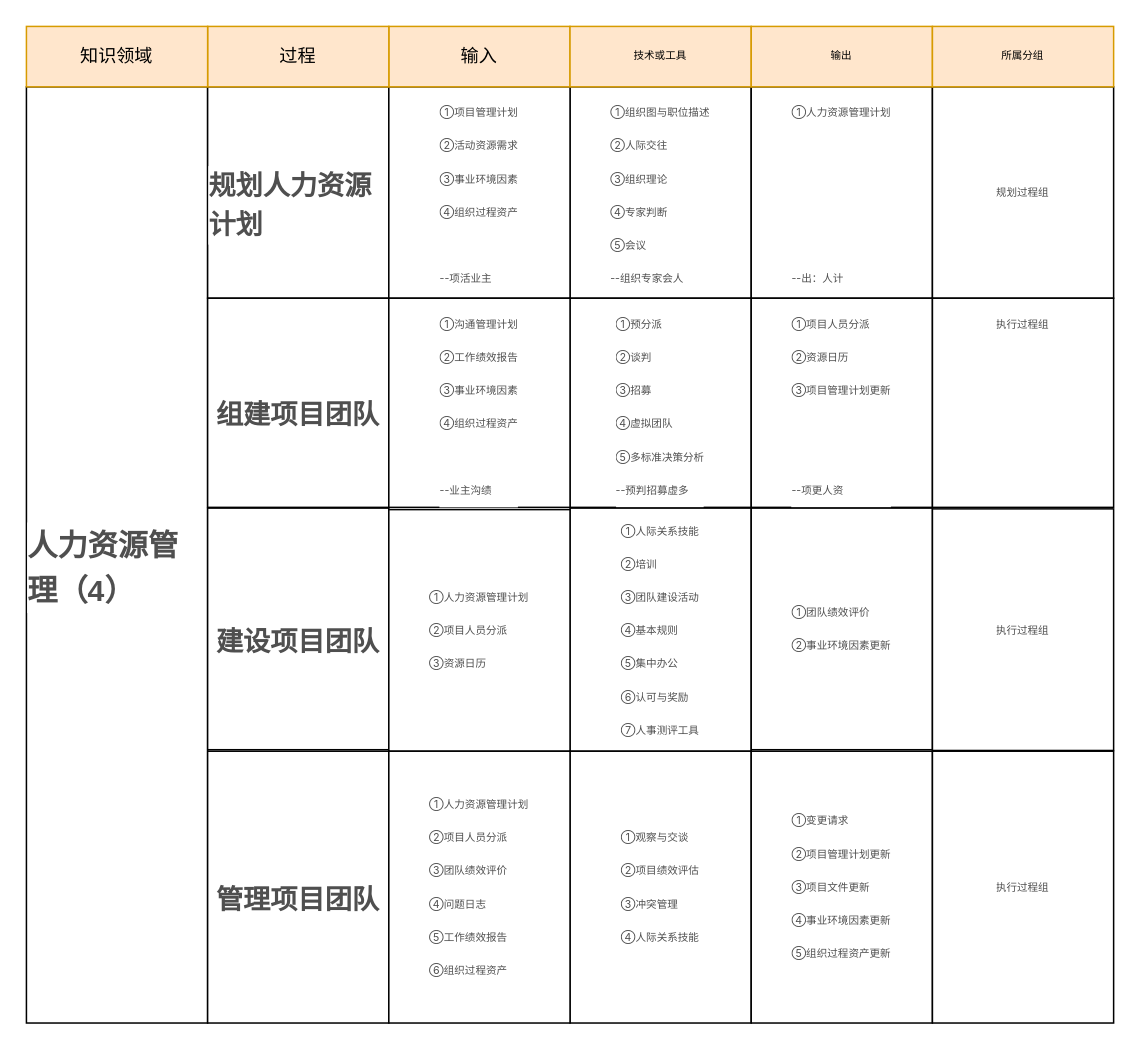
Above: 人力资源管理.drawio in pbm0802/GitIDEATest (draw.io), before the change. Source tidied: cells renumbered, new cells numbered last; positions are measured from the earlier drawing's top-left corner, leaving out a move shared by most shapes. Both pictures are drawn from the tidied source at 151%, with x=0, y=0 at pixel (26, 26).
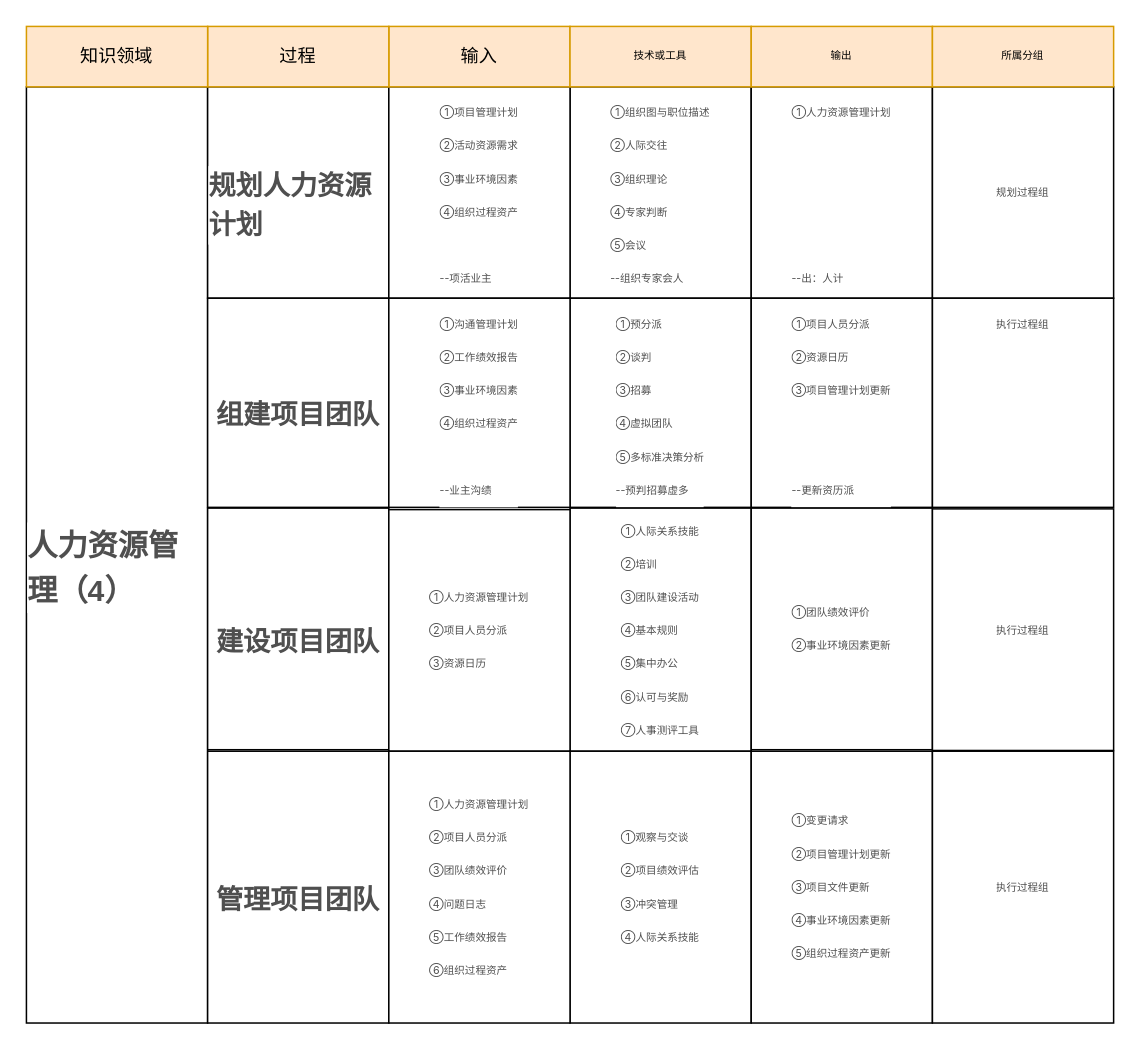
After the change.

Commit message:
更新人力资源管理.drawio

The edit, as a diff of the source:
```diff
@@
-    <mxCell id="11" value="&lt;p style=&quot;box-sizing: border-box; outline: 0px; margin: 0px; padding: 0px; font-size: 7px; color: rgb(79, 79, 79); overflow: auto hidden; line-height: 22px; overflow-wrap: break-word; text-align: left; font-family: -apple-system, &amp;quot;SF UI Text&amp;quot;, Arial, &amp;quot;PingFang SC&amp;quot;, &amp;quot;Hiragino Sans GB&amp;quot;, &amp;quot;Microsoft YaHei&amp;quot;, &amp;quot;WenQuanYi Micro Hei&amp;quot;, sans-serif, SimHei, SimSun; background-color: rgb(255, 255, 255);&quot;&gt;①项目人员分派&lt;/p&gt;&lt;p style=&quot;box-sizing: border-box; outline: 0px; margin: 0px; padding: 0px; font-size: 7px; color: rgb(79, 79, 79); overflow: auto hidden; line-height: 22px; overflow-wrap: break-word; text-align: left; font-family: -apple-system, &amp;quot;SF UI Text&amp;quot;, Arial, &amp;quot;PingFang SC&amp;quot;, &amp;quot;Hiragino Sans GB&amp;quot;, &amp;quot;Microsoft YaHei&amp;quot;, &amp;quot;WenQuanYi Micro Hei&amp;quot;, sans-serif, SimHei, SimSun; background-color: rgb(255, 255, 255);&quot;&gt;②资源日历&lt;/p&gt;&lt;p style=&quot;box-sizing: border-box; outline: 0px; margin: 0px; padding: 0px; font-size: 7px; color: rgb(79, 79, 79); overflow: auto hidden; line-height: 22px; overflow-wrap: break-word; text-align: left; font-family: -apple-system, &amp;quot;SF UI Text&amp;quot;, Arial, &amp;quot;PingFang SC&amp;quot;, &amp;quot;Hiragino Sans GB&amp;quot;, &amp;quot;Microsoft YaHei&amp;quot;, &amp;quot;WenQuanYi Micro Hei&amp;quot;, sans-serif, SimHei, SimSun; background-color: rgb(255, 255, 255);&quot;&gt;③项目管理计划更新&lt;/p&gt;&lt;p style=&quot;box-sizing: border-box; outline: 0px; margin: 0px; padding: 0px; font-size: 7px; color: rgb(79, 79, 79); overflow: auto hidden; line-height: 22px; overflow-wrap: break-word; text-align: left; font-family: -apple-system, &amp;quot;SF UI Text&amp;quot;, Arial, &amp;quot;PingFang SC&amp;quot;, &amp;quot;Hiragino Sans GB&amp;quot;, &amp;quot;Microsoft YaHei&amp;quot;, &amp;quot;WenQuanYi Micro Hei&amp;quot;, sans-serif, SimHei, SimSun; background-color: rgb(255, 255, 255);&quot;&gt;&lt;br&gt;&lt;/p&gt;&lt;p style=&quot;box-sizing: border-box; outline: 0px; margin: 0px; padding: 0px; font-size: 7px; color: rgb(79, 79, 79); overflow: auto hidden; line-height: 22px; overflow-wrap: break-word; text-align: left; font-family: -apple-system, &amp;quot;SF UI Text&amp;quot;, Arial, &amp;quot;PingFang SC&amp;quot;, &amp;quot;Hiragino Sans GB&amp;quot;, &amp;quot;Microsoft YaHei&amp;quot;, &amp;quot;WenQuanYi Micro Hei&amp;quot;, sans-serif, SimHei, SimSun; background-color: rgb(255, 255, 255);&quot;&gt;&lt;br&gt;&lt;/p&gt;&lt;p style=&quot;box-sizing: border-box; outline: 0px; margin: 0px; padding: 0px; font-size: 7px; color: rgb(79, 79, 79); overflow: auto hidden; line-height: 22px; overflow-wrap: break-word; text-align: left; font-family: -apple-system, &amp;quot;SF UI Text&amp;quot;, Arial, &amp;quot;PingFang SC&amp;quot;, &amp;quot;Hiragino Sans GB&amp;quot;, &amp;quot;Microsoft YaHei&amp;quot;, &amp;quot;WenQuanYi Micro Hei&amp;quot;, sans-serif, SimHei, SimSun; background-color: rgb(255, 255, 255);&quot;&gt;--项更人资&lt;/p&gt;" style="rounded=0;whiteSpace=wrap;html=1;fontSize=7;verticalAlign=top;" parent="1" vertex="1">
+    <mxCell id="11" value="&lt;p style=&quot;box-sizing: border-box; outline: 0px; margin: 0px; padding: 0px; font-size: 7px; color: rgb(79, 79, 79); overflow: auto hidden; line-height: 22px; overflow-wrap: break-word; text-align: left; font-family: -apple-system, &amp;quot;SF UI Text&amp;quot;, Arial, &amp;quot;PingFang SC&amp;quot;, &amp;quot;Hiragino Sans GB&amp;quot;, &amp;quot;Microsoft YaHei&amp;quot;, &amp;quot;WenQuanYi Micro Hei&amp;quot;, sans-serif, SimHei, SimSun; background-color: rgb(255, 255, 255);&quot;&gt;①项目人员分派&lt;/p&gt;&lt;p style=&quot;box-sizing: border-box; outline: 0px; margin: 0px; padding: 0px; font-size: 7px; color: rgb(79, 79, 79); overflow: auto hidden; line-height: 22px; overflow-wrap: break-word; text-align: left; font-family: -apple-system, &amp;quot;SF UI Text&amp;quot;, Arial, &amp;quot;PingFang SC&amp;quot;, &amp;quot;Hiragino Sans GB&amp;quot;, &amp;quot;Microsoft YaHei&amp;quot;, &amp;quot;WenQuanYi Micro Hei&amp;quot;, sans-serif, SimHei, SimSun; background-color: rgb(255, 255, 255);&quot;&gt;②资源日历&lt;/p&gt;&lt;p style=&quot;box-sizing: border-box; outline: 0px; margin: 0px; padding: 0px; font-size: 7px; color: rgb(79, 79, 79); overflow: auto hidden; line-height: 22px; overflow-wrap: break-word; text-align: left; font-family: -apple-system, &amp;quot;SF UI Text&amp;quot;, Arial, &amp;quot;PingFang SC&amp;quot;, &amp;quot;Hiragino Sans GB&amp;quot;, &amp;quot;Microsoft YaHei&amp;quot;, &amp;quot;WenQuanYi Micro Hei&amp;quot;, sans-serif, SimHei, SimSun; background-color: rgb(255, 255, 255);&quot;&gt;③项目管理计划更新&lt;/p&gt;&lt;p style=&quot;box-sizing: border-box; outline: 0px; margin: 0px; padding: 0px; font-size: 7px; color: rgb(79, 79, 79); overflow: auto hidden; line-height: 22px; overflow-wrap: break-word; text-align: left; font-family: -apple-system, &amp;quot;SF UI Text&amp;quot;, Arial, &amp;quot;PingFang SC&amp;quot;, &amp;quot;Hiragino Sans GB&amp;quot;, &amp;quot;Microsoft YaHei&amp;quot;, &amp;quot;WenQuanYi Micro Hei&amp;quot;, sans-serif, SimHei, SimSun; background-color: rgb(255, 255, 255);&quot;&gt;&lt;br&gt;&lt;/p&gt;&lt;p style=&quot;box-sizing: border-box; outline: 0px; margin: 0px; padding: 0px; font-size: 7px; color: rgb(79, 79, 79); overflow: auto hidden; line-height: 22px; overflow-wrap: break-word; text-align: left; font-family: -apple-system, &amp;quot;SF UI Text&amp;quot;, Arial, &amp;quot;PingFang SC&amp;quot;, &amp;quot;Hiragino Sans GB&amp;quot;, &amp;quot;Microsoft YaHei&amp;quot;, &amp;quot;WenQuanYi Micro Hei&amp;quot;, sans-serif, SimHei, SimSun; background-color: rgb(255, 255, 255);&quot;&gt;&lt;br&gt;&lt;/p&gt;&lt;p style=&quot;box-sizing: border-box; outline: 0px; margin: 0px; padding: 0px; font-size: 7px; color: rgb(79, 79, 79); overflow: auto hidden; line-height: 22px; overflow-wrap: break-word; text-align: left; font-family: -apple-system, &amp;quot;SF UI Text&amp;quot;, Arial, &amp;quot;PingFang SC&amp;quot;, &amp;quot;Hiragino Sans GB&amp;quot;, &amp;quot;Microsoft YaHei&amp;quot;, &amp;quot;WenQuanYi Micro Hei&amp;quot;, sans-serif, SimHei, SimSun; background-color: rgb(255, 255, 255);&quot;&gt;--更新资历派&lt;/p&gt;" style="rounded=0;whiteSpace=wrap;html=1;fontSize=7;verticalAlign=top;" parent="1" vertex="1">
       <mxGeometry x="480" y="180" width="120" height="138.5" as="geometry" />
     </mxCell>
```
